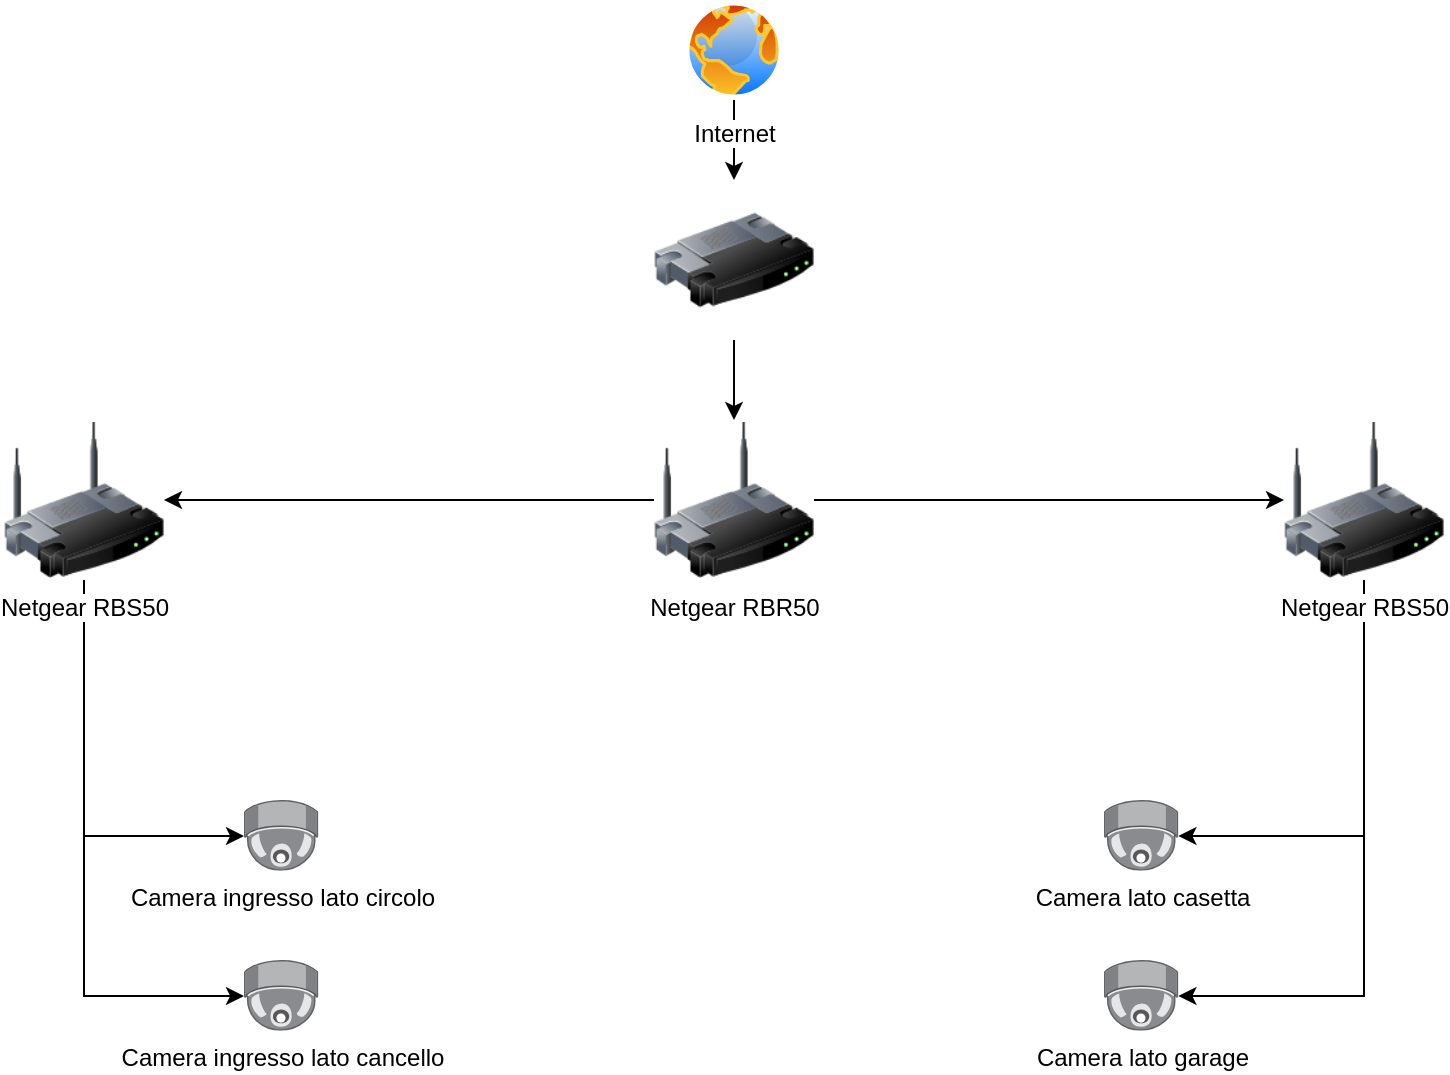
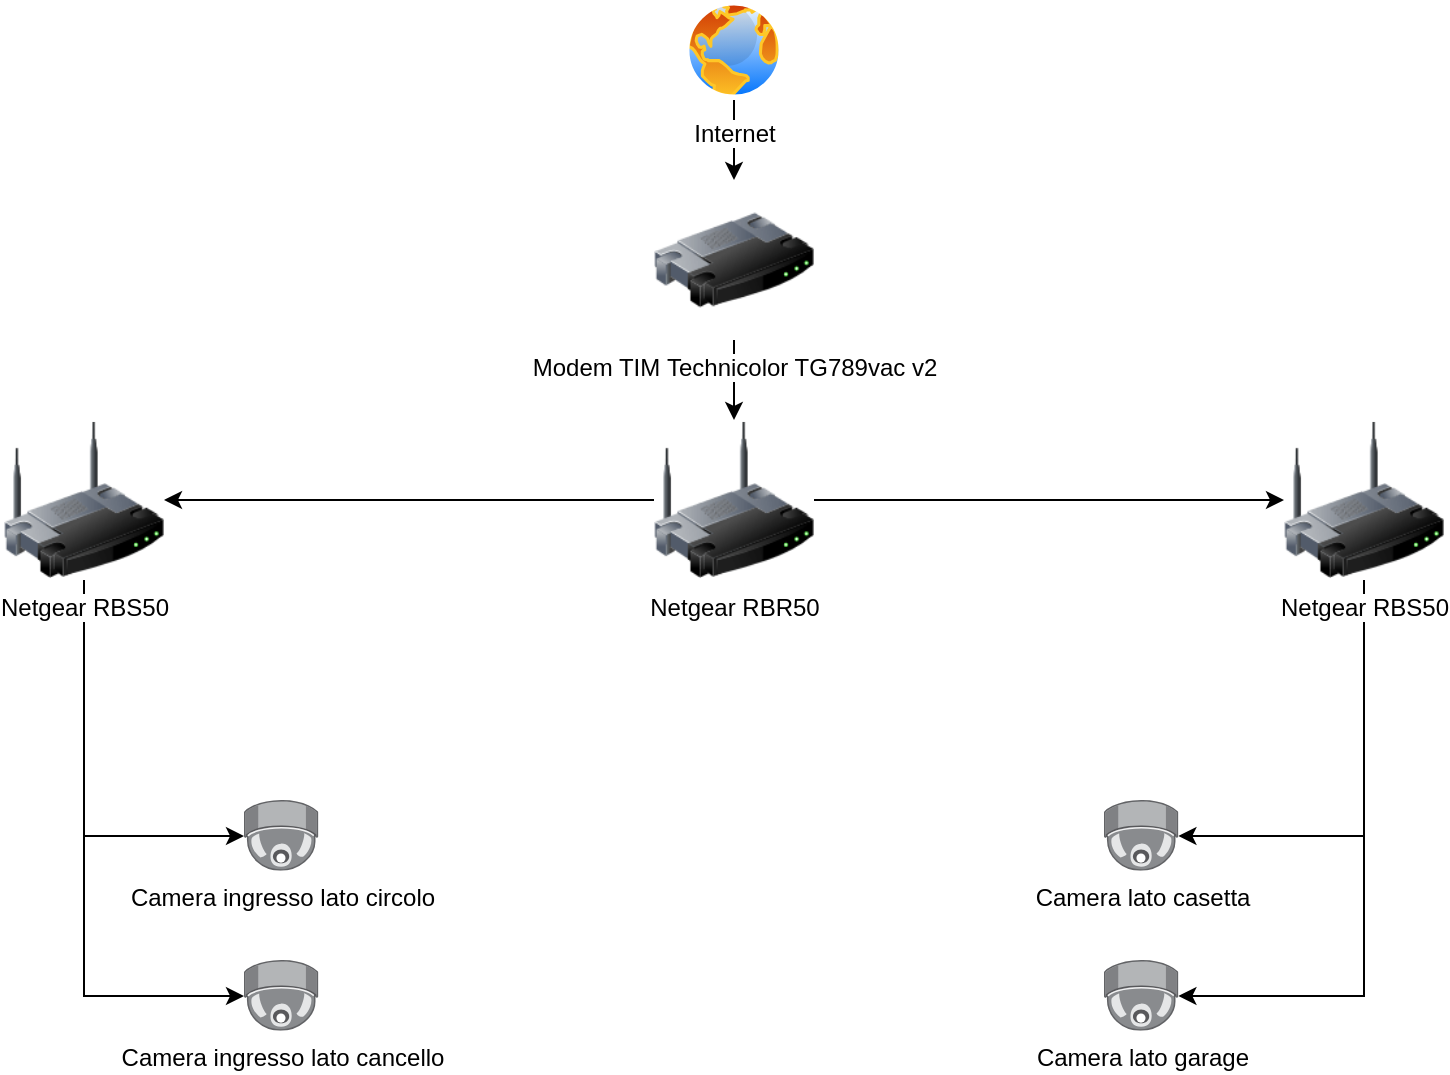
<mxfile host="app.diagrams.net" agent="Mozilla/5.0 (Macintosh; Intel Mac OS X 10_15_7) AppleWebKit/605.1.15 (KHTML, like Gecko) Version/26.2 Safari/605.1.15" version="29.3.4">
  <diagram name="Page-1" id="_oiUK0izzCNIyQV0OT48">
-     <mxGraphModel dx="1410" dy="769" grid="1" gridSize="10" guides="1" tooltips="1" connect="1" arrows="1" fold="1" page="1" pageScale="1" pageWidth="827" pageHeight="1169" math="0" shadow="0">
+     <mxGraphModel dx="1410" dy="768" grid="1" gridSize="10" guides="1" tooltips="1" connect="1" arrows="1" fold="1" page="1" pageScale="1" pageWidth="827" pageHeight="1169" math="0" shadow="0">
      <root>
        <mxCell id="0" />
        <mxCell id="1" parent="0" />
        <mxCell id="X7X2ihUPZhbmqbEeOZl2-16" edge="1" parent="1" source="X7X2ihUPZhbmqbEeOZl2-1" style="edgeStyle=orthogonalEdgeStyle;rounded=0;orthogonalLoop=1;jettySize=auto;html=1;" target="X7X2ihUPZhbmqbEeOZl2-4">
          <mxGeometry relative="1" as="geometry">
            <Array as="points">
              <mxPoint x="100" y="448" />
            </Array>
          </mxGeometry>
        </mxCell>
        <mxCell id="X7X2ihUPZhbmqbEeOZl2-17" edge="1" parent="1" source="X7X2ihUPZhbmqbEeOZl2-1" style="edgeStyle=orthogonalEdgeStyle;rounded=0;orthogonalLoop=1;jettySize=auto;html=1;" target="X7X2ihUPZhbmqbEeOZl2-5">
          <mxGeometry relative="1" as="geometry">
            <Array as="points">
              <mxPoint x="100" y="528" />
            </Array>
          </mxGeometry>
        </mxCell>
        <mxCell id="X7X2ihUPZhbmqbEeOZl2-1" parent="1" style="image;html=1;image=img/lib/clip_art/networking/Wireless_Router_128x128.png" value="Netgear RBS50" vertex="1">
          <mxGeometry height="80" width="80" x="60" y="240" as="geometry" />
        </mxCell>
        <mxCell id="X7X2ihUPZhbmqbEeOZl2-13" edge="1" parent="1" source="X7X2ihUPZhbmqbEeOZl2-2" style="edgeStyle=orthogonalEdgeStyle;rounded=0;orthogonalLoop=1;jettySize=auto;html=1;exitX=0;exitY=0.5;exitDx=0;exitDy=0;" target="X7X2ihUPZhbmqbEeOZl2-1">
          <mxGeometry relative="1" as="geometry" />
        </mxCell>
        <mxCell id="X7X2ihUPZhbmqbEeOZl2-15" edge="1" parent="1" source="X7X2ihUPZhbmqbEeOZl2-2" style="edgeStyle=orthogonalEdgeStyle;rounded=0;orthogonalLoop=1;jettySize=auto;html=1;entryX=0;entryY=0.5;entryDx=0;entryDy=0;" target="X7X2ihUPZhbmqbEeOZl2-3">
          <mxGeometry relative="1" as="geometry" />
        </mxCell>
        <mxCell id="X7X2ihUPZhbmqbEeOZl2-2" parent="1" style="image;html=1;image=img/lib/clip_art/networking/Wireless_Router_128x128.png" value="Netgear RBR50" vertex="1">
          <mxGeometry height="80" width="80" x="385" y="240" as="geometry" />
        </mxCell>
        <mxCell id="X7X2ihUPZhbmqbEeOZl2-18" edge="1" parent="1" source="X7X2ihUPZhbmqbEeOZl2-3" style="edgeStyle=orthogonalEdgeStyle;rounded=0;orthogonalLoop=1;jettySize=auto;html=1;" target="X7X2ihUPZhbmqbEeOZl2-6">
          <mxGeometry relative="1" as="geometry">
            <Array as="points">
              <mxPoint x="740" y="448" />
            </Array>
          </mxGeometry>
        </mxCell>
        <mxCell id="X7X2ihUPZhbmqbEeOZl2-19" edge="1" parent="1" source="X7X2ihUPZhbmqbEeOZl2-3" style="edgeStyle=orthogonalEdgeStyle;rounded=0;orthogonalLoop=1;jettySize=auto;html=1;" target="X7X2ihUPZhbmqbEeOZl2-7">
          <mxGeometry relative="1" as="geometry">
            <Array as="points">
              <mxPoint x="740" y="528" />
            </Array>
          </mxGeometry>
        </mxCell>
        <mxCell id="X7X2ihUPZhbmqbEeOZl2-3" parent="1" style="image;html=1;image=img/lib/clip_art/networking/Wireless_Router_128x128.png" value="Netgear RBS50" vertex="1">
          <mxGeometry height="80" width="80" x="700" y="240" as="geometry" />
        </mxCell>
        <mxCell id="X7X2ihUPZhbmqbEeOZl2-4" parent="1" style="image;points=[];aspect=fixed;html=1;align=center;shadow=0;dashed=0;image=img/lib/allied_telesis/security/Surveillance_Camera_Ceiling.svg;" value="Camera ingresso lato circolo" vertex="1">
          <mxGeometry height="35.4" width="37.2" x="180" y="430" as="geometry" />
        </mxCell>
        <mxCell id="X7X2ihUPZhbmqbEeOZl2-5" parent="1" style="image;points=[];aspect=fixed;html=1;align=center;shadow=0;dashed=0;image=img/lib/allied_telesis/security/Surveillance_Camera_Ceiling.svg;" value="Camera ingresso lato cancello" vertex="1">
          <mxGeometry height="35.4" width="37.2" x="180" y="510" as="geometry" />
        </mxCell>
        <mxCell id="X7X2ihUPZhbmqbEeOZl2-6" parent="1" style="image;points=[];aspect=fixed;html=1;align=center;shadow=0;dashed=0;image=img/lib/allied_telesis/security/Surveillance_Camera_Ceiling.svg;" value="Camera lato casetta" vertex="1">
          <mxGeometry height="35.4" width="37.2" x="610" y="430" as="geometry" />
        </mxCell>
        <mxCell id="X7X2ihUPZhbmqbEeOZl2-7" parent="1" style="image;points=[];aspect=fixed;html=1;align=center;shadow=0;dashed=0;image=img/lib/allied_telesis/security/Surveillance_Camera_Ceiling.svg;" value="Camera lato garage" vertex="1">
          <mxGeometry height="35.4" width="37.2" x="610" y="510" as="geometry" />
        </mxCell>
        <mxCell id="X7X2ihUPZhbmqbEeOZl2-12" edge="1" parent="1" source="X7X2ihUPZhbmqbEeOZl2-8" style="edgeStyle=orthogonalEdgeStyle;rounded=0;orthogonalLoop=1;jettySize=auto;html=1;exitX=0.5;exitY=1;exitDx=0;exitDy=0;" target="X7X2ihUPZhbmqbEeOZl2-2">
          <mxGeometry relative="1" as="geometry" />
        </mxCell>
-         <mxCell id="X7X2ihUPZhbmqbEeOZl2-8" parent="1" style="image;html=1;image=img/lib/clip_art/networking/Router_128x128.png" value="" vertex="1">
+         <mxCell id="X7X2ihUPZhbmqbEeOZl2-8" parent="1" style="image;html=1;image=img/lib/clip_art/networking/Router_128x128.png" value="Modem TIM&amp;nbsp;Technicolor TG789vac v2" vertex="1">
          <mxGeometry height="80" width="80" x="385" y="120" as="geometry" />
        </mxCell>
        <mxCell id="X7X2ihUPZhbmqbEeOZl2-11" edge="1" parent="1" source="X7X2ihUPZhbmqbEeOZl2-10" style="edgeStyle=orthogonalEdgeStyle;rounded=0;orthogonalLoop=1;jettySize=auto;html=1;exitX=0.5;exitY=1;exitDx=0;exitDy=0;" target="X7X2ihUPZhbmqbEeOZl2-8">
          <mxGeometry relative="1" as="geometry" />
        </mxCell>
        <mxCell id="X7X2ihUPZhbmqbEeOZl2-10" parent="1" style="image;aspect=fixed;perimeter=ellipsePerimeter;html=1;align=center;shadow=0;dashed=0;spacingTop=3;image=img/lib/active_directory/internet_globe.svg;" value="Internet" vertex="1">
          <mxGeometry height="50" width="50" x="400" y="30" as="geometry" />
        </mxCell>
      </root>
    </mxGraphModel>
  </diagram>
</mxfile>
